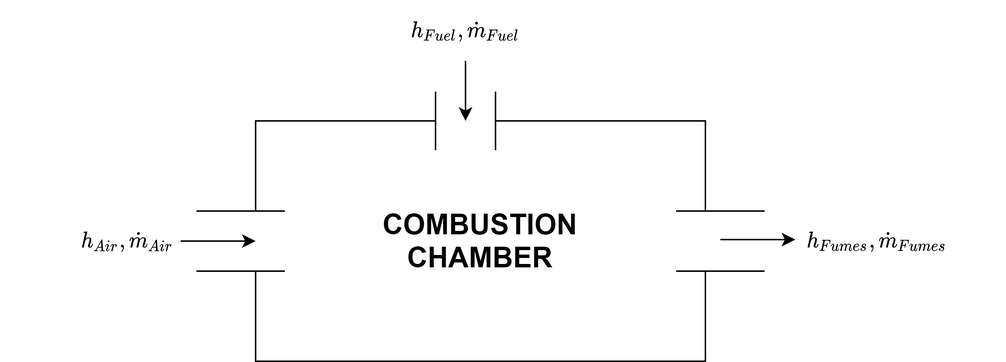
This is Chapitre_7/Images/CC.png from Boreas3/TFE, a draw.io export, as it was before one commit. Source tidied: cells renumbered, new cells last; positions are measured from the earlier drawing's top-left corner, leaving out a move shared by most shapes. Source of this version:
```xml
<mxGraphModel math="1">
  <root>
    <mxCell id="0" />
    <mxCell id="1" parent="0" />
    <mxCell id="2" style="rounded=0;whiteSpace=wrap;html=1;" parent="1" vertex="1">
      <mxGeometry x="170" y="80" width="300" height="160" as="geometry" />
    </mxCell>
    <mxCell id="3" style="rounded=0;whiteSpace=wrap;html=1;" parent="1" vertex="1">
      <mxGeometry x="110" y="140" width="80" height="40" as="geometry" />
    </mxCell>
    <mxCell id="4" style="rounded=0;whiteSpace=wrap;html=1;strokeColor=#FFFFFF;" parent="1" vertex="1">
      <mxGeometry x="190" y="130" width="120" height="60" as="geometry" />
    </mxCell>
    <mxCell id="5" style="rounded=0;whiteSpace=wrap;html=1;strokeColor=#FFFFFF;" parent="1" vertex="1">
      <mxGeometry x="10" y="140" width="120" height="40" as="geometry" />
    </mxCell>
    <mxCell id="6" style="rounded=0;whiteSpace=wrap;html=1;" parent="1" vertex="1">
      <mxGeometry x="410" y="140" width="120" height="40" as="geometry" />
    </mxCell>
    <mxCell id="7" style="rounded=0;whiteSpace=wrap;html=1;strokeColor=#FFFFFF;" parent="1" vertex="1">
      <mxGeometry x="510" y="130" width="120" height="60" as="geometry" />
    </mxCell>
    <mxCell id="8" style="rounded=0;whiteSpace=wrap;html=1;strokeColor=#FFFFFF;" parent="1" vertex="1">
      <mxGeometry x="330" y="130" width="120" height="60" as="geometry" />
    </mxCell>
    <mxCell id="9" style="rounded=0;whiteSpace=wrap;html=1;strokeColor=#000000;" parent="1" vertex="1">
      <mxGeometry x="290" y="60" width="40" height="60" as="geometry" />
    </mxCell>
    <mxCell id="10" style="rounded=0;whiteSpace=wrap;html=1;strokeColor=#FFFFFF;" parent="1" vertex="1">
      <mxGeometry x="290" width="40" height="60" as="geometry" />
    </mxCell>
    <mxCell id="11" style="rounded=0;whiteSpace=wrap;html=1;strokeColor=#FFFFFF;" parent="1" vertex="1">
      <mxGeometry x="290" y="100" width="40" height="60" as="geometry" />
    </mxCell>
    <mxCell id="12" style="endArrow=classic;html=1;" parent="1" edge="1">
      <mxGeometry relative="1" as="geometry">
        <mxPoint x="310" y="40" as="sourcePoint" />
        <mxPoint x="310" y="80" as="targetPoint" />
      </mxGeometry>
    </mxCell>
    <mxCell id="13" style="endArrow=classic;html=1;" parent="1" edge="1">
      <mxGeometry relative="1" as="geometry">
        <mxPoint x="120" y="160" as="sourcePoint" />
        <mxPoint x="170" y="160" as="targetPoint" />
      </mxGeometry>
    </mxCell>
    <mxCell id="14" style="endArrow=classic;html=1;" parent="1" edge="1">
      <mxGeometry relative="1" as="geometry">
        <mxPoint x="480" y="159" as="sourcePoint" />
        <mxPoint x="530" y="159" as="targetPoint" />
      </mxGeometry>
    </mxCell>
    <mxCell id="15" value="$$h_{Fuel}, &lt;br&gt;\dot{m}_{Fuel}$$" style="text;html=1;strokeColor=none;fillColor=none;align=center;verticalAlign=middle;whiteSpace=wrap;rounded=0;" parent="1" vertex="1">
      <mxGeometry x="225" y="10" width="170" height="20" as="geometry" />
    </mxCell>
    <mxCell id="16" value="$$h_{Air}, &lt;br&gt;\dot{m}_{Air}$$" style="text;html=1;strokeColor=none;fillColor=none;align=center;verticalAlign=middle;whiteSpace=wrap;rounded=0;" parent="1" vertex="1">
      <mxGeometry y="150" width="170" height="20" as="geometry" />
    </mxCell>
    <mxCell id="17" value="$$h_{Fumes}, &lt;br&gt;\dot{m}_{Fumes}$$" style="text;html=1;strokeColor=none;fillColor=none;align=center;verticalAlign=middle;whiteSpace=wrap;rounded=0;" parent="1" vertex="1">
      <mxGeometry x="500" y="150" width="170" height="20" as="geometry" />
    </mxCell>
    <mxCell id="18" value="COMBUSTION CHAMBER" style="text;html=1;strokeColor=none;fillColor=none;align=center;verticalAlign=middle;whiteSpace=wrap;rounded=0;fontStyle=1;fontSize=19;" parent="1" vertex="1">
      <mxGeometry x="300" y="150" width="40" height="20" as="geometry" />
    </mxCell>
  </root>
</mxGraphModel>
```
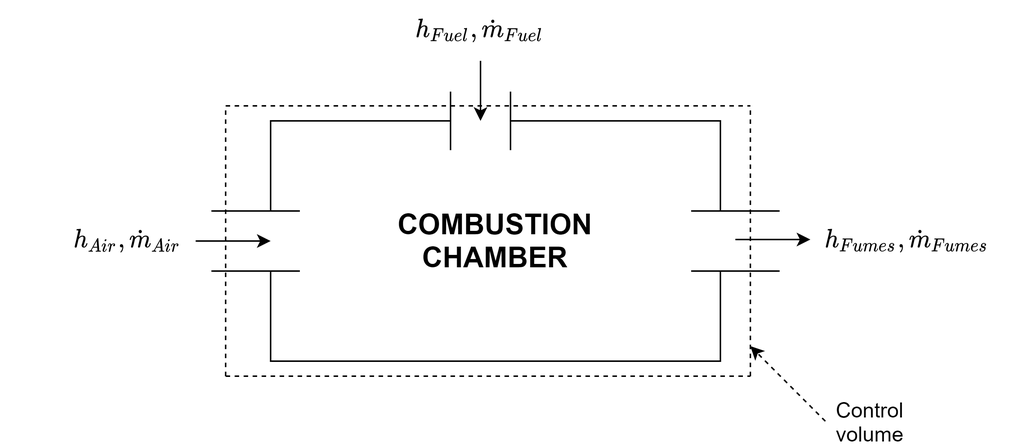
Above is the later version.

Diff of the diagram source:
```diff
@@ -50,17 +50,50 @@
         <mxPoint x="530" y="159" as="targetPoint" />
       </mxGeometry>
     </mxCell>
-    <mxCell id="15" value="$$h_{Fuel}, &lt;br&gt;\dot{m}_{Fuel}$$" style="text;html=1;strokeColor=none;fillColor=none;align=center;verticalAlign=middle;whiteSpace=wrap;rounded=0;" parent="1" vertex="1">
+    <mxCell id="15" value="$$h_{Fuel}, &lt;br style=&quot;font-size: 14px;&quot;&gt;\dot{m}_{Fuel}$$" style="text;html=1;strokeColor=none;fillColor=none;align=center;verticalAlign=middle;whiteSpace=wrap;rounded=0;fontSize=14;" parent="1" vertex="1">
       <mxGeometry x="225" y="10" width="170" height="20" as="geometry" />
     </mxCell>
-    <mxCell id="16" value="$$h_{Air}, &lt;br&gt;\dot{m}_{Air}$$" style="text;html=1;strokeColor=none;fillColor=none;align=center;verticalAlign=middle;whiteSpace=wrap;rounded=0;" parent="1" vertex="1">
-      <mxGeometry y="150" width="170" height="20" as="geometry" />
+    <mxCell id="16" value="$$h_{Air}, &lt;br style=&quot;font-size: 14px;&quot;&gt;\dot{m}_{Air}$$" style="text;html=1;strokeColor=none;fillColor=none;align=center;verticalAlign=middle;whiteSpace=wrap;rounded=0;fontSize=14;" parent="1" vertex="1">
+      <mxGeometry x="-10" y="150" width="170" height="20" as="geometry" />
     </mxCell>
-    <mxCell id="17" value="$$h_{Fumes}, &lt;br&gt;\dot{m}_{Fumes}$$" style="text;html=1;strokeColor=none;fillColor=none;align=center;verticalAlign=middle;whiteSpace=wrap;rounded=0;" parent="1" vertex="1">
-      <mxGeometry x="500" y="150" width="170" height="20" as="geometry" />
+    <mxCell id="17" value="$$h_{Fumes}, &lt;br style=&quot;font-size: 14px;&quot;&gt;\dot{m}_{Fumes}$$" style="text;html=1;strokeColor=none;fillColor=none;align=center;verticalAlign=middle;whiteSpace=wrap;rounded=0;fontSize=14;" parent="1" vertex="1">
+      <mxGeometry x="510" y="150" width="170" height="20" as="geometry" />
     </mxCell>
     <mxCell id="18" value="COMBUSTION CHAMBER" style="text;html=1;strokeColor=none;fillColor=none;align=center;verticalAlign=middle;whiteSpace=wrap;rounded=0;fontStyle=1;fontSize=19;" parent="1" vertex="1">
       <mxGeometry x="300" y="150" width="40" height="20" as="geometry" />
     </mxCell>
+    <mxCell id="19" style="endArrow=none;dashed=1;html=1;fontSize=19;" parent="1" edge="1">
+      <mxGeometry relative="1" as="geometry">
+        <mxPoint x="140" y="250" as="sourcePoint" />
+        <mxPoint x="140" y="70" as="targetPoint" />
+      </mxGeometry>
+    </mxCell>
+    <mxCell id="20" style="endArrow=none;dashed=1;html=1;fontSize=19;" parent="1" edge="1">
+      <mxGeometry relative="1" as="geometry">
+        <mxPoint x="140" y="70" as="sourcePoint" />
+        <mxPoint x="490" y="70" as="targetPoint" />
+      </mxGeometry>
+    </mxCell>
+    <mxCell id="21" style="endArrow=none;dashed=1;html=1;fontSize=19;" parent="1" edge="1">
+      <mxGeometry relative="1" as="geometry">
+        <mxPoint x="140" y="250" as="sourcePoint" />
+        <mxPoint x="490" y="250" as="targetPoint" />
+      </mxGeometry>
+    </mxCell>
+    <mxCell id="22" style="endArrow=none;dashed=1;html=1;fontSize=19;" parent="1" edge="1">
+      <mxGeometry relative="1" as="geometry">
+        <mxPoint x="490" y="250" as="sourcePoint" />
+        <mxPoint x="490" y="70" as="targetPoint" />
+      </mxGeometry>
+    </mxCell>
+    <mxCell id="23" style="endArrow=classic;html=1;fontSize=19;dashed=1;" parent="1" edge="1">
+      <mxGeometry relative="1" as="geometry">
+        <mxPoint x="540" y="280" as="sourcePoint" />
+        <mxPoint x="490" y="230" as="targetPoint" />
+      </mxGeometry>
+    </mxCell>
+    <mxCell id="24" value="Control volume" style="text;html=1;strokeColor=none;fillColor=none;align=center;verticalAlign=middle;whiteSpace=wrap;rounded=0;dashed=1;fontSize=14;" parent="1" vertex="1">
+      <mxGeometry x="550" y="270" width="40" height="20" as="geometry" />
+    </mxCell>
   </root>
 </mxGraphModel>
```
